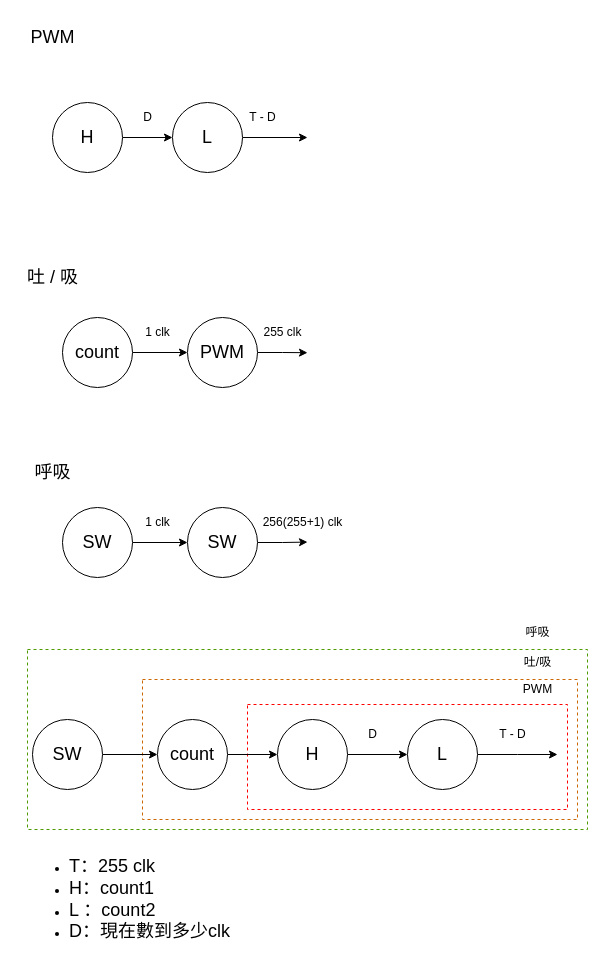
This is page "AOV" (2 of 4) of S4/未命名圖表1.drawio from wsy0331/SOC-Lab, a draw.io file, before an edit. Source tidied: cells renumbered, new cells numbered last; positions are measured from the earlier drawing's top-left corner, leaving out a move shared by most shapes. Both pictures are drawn from the tidied source at 100%, with x=0, y=0 at pixel (17, 17).
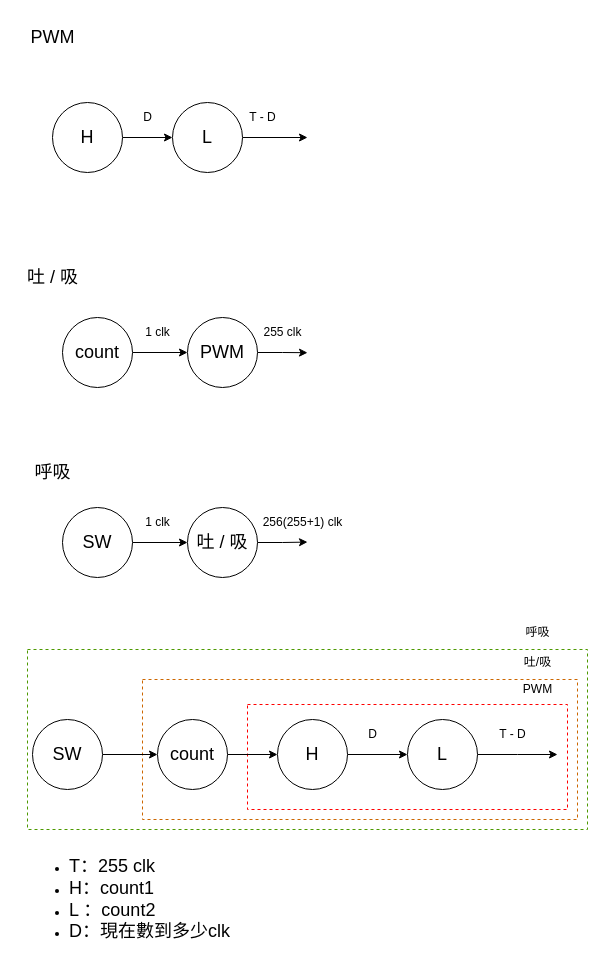
Above is the later version.

Diff of the diagram source:
```diff
@@
-    <mxCell id="37" value="&lt;span style=&quot;font-size: 18px;&quot;&gt;SW&lt;/span&gt;" style="ellipse;whiteSpace=wrap;html=1;" parent="1" vertex="1">
+    <mxCell id="37" value="&lt;span style=&quot;font-size: 18px; text-wrap: nowrap;&quot;&gt;吐 / 吸&lt;/span&gt;" style="ellipse;whiteSpace=wrap;html=1;" parent="1" vertex="1">
       <mxGeometry x="170" y="490" width="70" height="70" as="geometry" />
     </mxCell>
```
